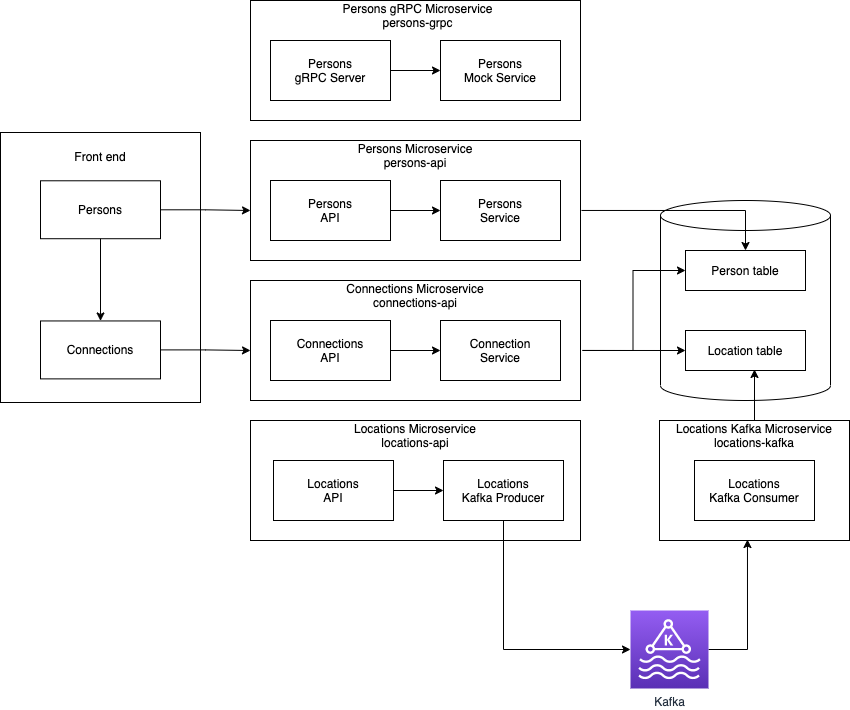
Before: docs/architecture_design.png, a diagram exported from draw.io (aldo-linux/udaconnect). Source tidied: cells renumbered, new cells last; positions are measured from the earlier drawing's top-left corner, leaving out a move shared by most shapes. Source of this version:
```xml
<mxGraphModel>
  <root>
    <mxCell id="0" />
    <mxCell id="1" parent="0" />
    <mxCell id="2" style="shape=cylinder3;whiteSpace=wrap;html=1;boundedLbl=1;backgroundOutline=1;size=15;" parent="1" vertex="1">
      <mxGeometry x="660" y="200" width="170" height="200" as="geometry" />
    </mxCell>
    <mxCell id="3" value="Person table" style="rounded=0;whiteSpace=wrap;html=1;" parent="1" vertex="1">
      <mxGeometry x="685" y="250" width="120" height="40" as="geometry" />
    </mxCell>
    <mxCell id="4" value="Location table" style="rounded=0;whiteSpace=wrap;html=1;" parent="1" vertex="1">
      <mxGeometry x="685" y="330" width="120" height="40" as="geometry" />
    </mxCell>
    <mxCell id="5" style="edgeStyle=orthogonalEdgeStyle;rounded=0;jettySize=auto;html=1;entryX=0;entryY=0.5;entryDx=0;entryDy=0;exitX=1.006;exitY=0.583;exitDx=0;exitDy=0;exitPerimeter=0;" parent="1" edge="1" source="29" target="3">
      <mxGeometry relative="1" as="geometry" />
    </mxCell>
    <mxCell id="6" style="edgeStyle=orthogonalEdgeStyle;rounded=0;jettySize=auto;html=1;entryX=0;entryY=0.5;entryDx=0;entryDy=0;exitX=1.006;exitY=0.583;exitDx=0;exitDy=0;exitPerimeter=0;" parent="1" edge="1" source="29" target="4">
      <mxGeometry relative="1" as="geometry" />
    </mxCell>
    <mxCell id="7" style="edgeStyle=orthogonalEdgeStyle;rounded=0;jettySize=auto;html=1;entryX=0.5;entryY=0;entryDx=0;entryDy=0;exitX=1.003;exitY=0.583;exitDx=0;exitDy=0;exitPerimeter=0;" parent="1" edge="1" source="9" target="3">
      <mxGeometry relative="1" as="geometry" />
    </mxCell>
    <mxCell id="8" style="group;" parent="1" vertex="1">
      <mxGeometry x="250" y="140" width="330" height="120" as="geometry" />
    </mxCell>
    <mxCell id="9" style="rounded=0;whiteSpace=wrap;html=1;" parent="8" vertex="1">
      <mxGeometry width="330" height="120" as="geometry" />
    </mxCell>
    <mxCell id="10" value="Persons&lt;br&gt;API" style="rounded=0;whiteSpace=wrap;html=1;" parent="8" vertex="1">
      <mxGeometry x="20" y="40" width="120" height="60" as="geometry" />
    </mxCell>
    <mxCell id="11" value="Persons&lt;br&gt;Service" style="rounded=0;whiteSpace=wrap;html=1;" parent="8" vertex="1">
      <mxGeometry x="190" y="40" width="120" height="60" as="geometry" />
    </mxCell>
    <mxCell id="12" style="edgeStyle=orthogonalEdgeStyle;rounded=0;jettySize=auto;html=1;" parent="8" edge="1" source="10" target="11">
      <mxGeometry relative="1" as="geometry" />
    </mxCell>
    <mxCell id="13" value="Persons Microservice&lt;br&gt;persons-api" style="text;html=1;strokeColor=none;fillColor=none;align=center;verticalAlign=middle;whiteSpace=wrap;rounded=0;" parent="8" vertex="1">
      <mxGeometry x="95" width="140" height="30" as="geometry" />
    </mxCell>
    <mxCell id="14" style="group;" parent="1" vertex="1">
      <mxGeometry y="132" width="200" height="280" as="geometry" />
    </mxCell>
    <mxCell id="15" style="rounded=0;whiteSpace=wrap;html=1;" parent="14" vertex="1">
      <mxGeometry width="200" height="270" as="geometry" />
    </mxCell>
    <mxCell id="16" value="Persons" style="rounded=0;whiteSpace=wrap;html=1;" parent="14" vertex="1">
      <mxGeometry x="40" y="48.3" width="120" height="57.9" as="geometry" />
    </mxCell>
    <mxCell id="17" value="Connections" style="rounded=0;whiteSpace=wrap;html=1;" parent="14" vertex="1">
      <mxGeometry x="40" y="188.4" width="120" height="57.9" as="geometry" />
    </mxCell>
    <mxCell id="18" style="edgeStyle=orthogonalEdgeStyle;rounded=0;jettySize=auto;html=1;" parent="14" edge="1" source="16" target="17">
      <mxGeometry relative="1" as="geometry" />
    </mxCell>
    <mxCell id="19" value="Front end" style="text;html=1;strokeColor=none;fillColor=none;align=center;verticalAlign=middle;whiteSpace=wrap;rounded=0;" parent="14" vertex="1">
      <mxGeometry x="70" y="9.7" width="60" height="29" as="geometry" />
    </mxCell>
    <mxCell id="20" style="edgeStyle=orthogonalEdgeStyle;rounded=0;jettySize=auto;html=1;" parent="1" edge="1" source="16">
      <mxGeometry relative="1" as="geometry">
        <mxPoint x="250" y="210" as="targetPoint" />
      </mxGeometry>
    </mxCell>
    <mxCell id="21" style="edgeStyle=orthogonalEdgeStyle;rounded=0;jettySize=auto;html=1;" parent="1" edge="1" source="17">
      <mxGeometry relative="1" as="geometry">
        <mxPoint x="250" y="350" as="targetPoint" />
      </mxGeometry>
    </mxCell>
    <mxCell id="22" style="group;" parent="1" vertex="1">
      <mxGeometry x="250" y="420" width="330" height="120" as="geometry" />
    </mxCell>
    <mxCell id="23" style="rounded=0;whiteSpace=wrap;html=1;" parent="22" vertex="1">
      <mxGeometry width="330" height="120" as="geometry" />
    </mxCell>
    <mxCell id="24" value="Locations Microservice&lt;br&gt;locations-api" style="text;html=1;strokeColor=none;fillColor=none;align=center;verticalAlign=middle;whiteSpace=wrap;rounded=0;" parent="22" vertex="1">
      <mxGeometry x="90" width="150" height="30" as="geometry" />
    </mxCell>
    <mxCell id="25" value="Locations&lt;br&gt;API" style="rounded=0;whiteSpace=wrap;html=1;" parent="22" vertex="1">
      <mxGeometry x="23" y="40" width="120" height="60" as="geometry" />
    </mxCell>
    <mxCell id="26" value="Locations&lt;br&gt;Kafka Producer" style="rounded=0;whiteSpace=wrap;html=1;" parent="22" vertex="1">
      <mxGeometry x="193" y="40" width="120" height="60" as="geometry" />
    </mxCell>
    <mxCell id="27" style="edgeStyle=orthogonalEdgeStyle;rounded=0;jettySize=auto;html=1;" parent="22" edge="1" source="25" target="26">
      <mxGeometry relative="1" as="geometry" />
    </mxCell>
    <mxCell id="28" style="group;" parent="1" vertex="1">
      <mxGeometry x="250" y="280" width="330" height="120" as="geometry" />
    </mxCell>
    <mxCell id="29" style="rounded=0;whiteSpace=wrap;html=1;" parent="28" vertex="1">
      <mxGeometry width="330" height="120" as="geometry" />
    </mxCell>
    <mxCell id="30" value="Connections&lt;br&gt;API" style="rounded=0;whiteSpace=wrap;html=1;" parent="28" vertex="1">
      <mxGeometry x="20" y="40" width="120" height="60" as="geometry" />
    </mxCell>
    <mxCell id="31" value="Connection&lt;br&gt;Service" style="rounded=0;whiteSpace=wrap;html=1;" parent="28" vertex="1">
      <mxGeometry x="190" y="40" width="120" height="60" as="geometry" />
    </mxCell>
    <mxCell id="32" style="edgeStyle=orthogonalEdgeStyle;rounded=0;jettySize=auto;html=1;" parent="28" edge="1" source="30" target="31">
      <mxGeometry relative="1" as="geometry" />
    </mxCell>
    <mxCell id="33" value="Connections Microservice&lt;br&gt;connections-api" style="text;html=1;strokeColor=none;fillColor=none;align=center;verticalAlign=middle;whiteSpace=wrap;rounded=0;" parent="28" vertex="1">
      <mxGeometry x="90" width="150" height="30" as="geometry" />
    </mxCell>
    <mxCell id="34" style="edgeStyle=orthogonalEdgeStyle;rounded=0;jettySize=auto;html=1;entryX=0.463;entryY=0.992;entryDx=0;entryDy=0;exitX=1;exitY=0.5;exitDx=0;exitDy=0;exitPerimeter=0;entryPerimeter=0;" parent="1" edge="1" source="35" target="38">
      <mxGeometry relative="1" as="geometry" />
    </mxCell>
    <mxCell id="35" value="Kafka" style="sketch=0;points=[[0,0,0],[0.25,0,0],[0.5,0,0],[0.75,0,0],[1,0,0],[0,1,0],[0.25,1,0],[0.5,1,0],[0.75,1,0],[1,1,0],[0,0.25,0],[0,0.5,0],[0,0.75,0],[1,0.25,0],[1,0.5,0],[1,0.75,0]];outlineConnect=0;fontColor=#232F3E;gradientColor=#945DF2;gradientDirection=north;fillColor=#5A30B5;strokeColor=#ffffff;dashed=0;verticalLabelPosition=bottom;verticalAlign=top;align=center;html=1;fontSize=12;fontStyle=0;shape=mxgraph.aws4.resourceIcon;resIcon=mxgraph.aws4.managed_streaming_for_kafka;" parent="1" vertex="1">
      <mxGeometry x="630" y="610" width="78" height="78" as="geometry" />
    </mxCell>
    <mxCell id="36" style="edgeStyle=orthogonalEdgeStyle;rounded=0;jettySize=auto;html=1;entryX=0;entryY=0.5;entryDx=0;entryDy=0;entryPerimeter=0;exitX=0.5;exitY=1;exitDx=0;exitDy=0;" parent="1" edge="1" source="26" target="35">
      <mxGeometry relative="1" as="geometry" />
    </mxCell>
    <mxCell id="37" style="group;" parent="1" vertex="1">
      <mxGeometry x="659" y="420" width="190" height="120" as="geometry" />
    </mxCell>
    <mxCell id="38" style="rounded=0;whiteSpace=wrap;html=1;" parent="37" vertex="1">
      <mxGeometry width="190" height="120" as="geometry" />
    </mxCell>
    <mxCell id="39" value="Locations Kafka Microservice&lt;br&gt;locations-kafka" style="text;html=1;strokeColor=none;fillColor=none;align=center;verticalAlign=middle;whiteSpace=wrap;rounded=0;" parent="37" vertex="1">
      <mxGeometry x="5" width="180" height="30" as="geometry" />
    </mxCell>
    <mxCell id="40" value="Locations&lt;br&gt;Kafka Consumer" style="rounded=0;whiteSpace=wrap;html=1;" parent="37" vertex="1">
      <mxGeometry x="35" y="40" width="120" height="60" as="geometry" />
    </mxCell>
    <mxCell id="41" style="edgeStyle=orthogonalEdgeStyle;rounded=0;jettySize=auto;html=1;entryX=0.575;entryY=0.975;entryDx=0;entryDy=0;entryPerimeter=0;" parent="1" edge="1" source="39" target="4">
      <mxGeometry relative="1" as="geometry" />
    </mxCell>
    <mxCell id="42" style="group;" parent="1" vertex="1">
      <mxGeometry x="250" width="330" height="120" as="geometry" />
    </mxCell>
    <mxCell id="43" style="rounded=0;whiteSpace=wrap;html=1;" parent="42" vertex="1">
      <mxGeometry width="330" height="120" as="geometry" />
    </mxCell>
    <mxCell id="44" value="Persons&lt;br&gt;gRPC Server" style="rounded=0;whiteSpace=wrap;html=1;" parent="42" vertex="1">
      <mxGeometry x="20" y="40" width="120" height="60" as="geometry" />
    </mxCell>
    <mxCell id="45" value="Persons&lt;br&gt;Mock Service" style="rounded=0;whiteSpace=wrap;html=1;" parent="42" vertex="1">
      <mxGeometry x="190" y="40" width="120" height="60" as="geometry" />
    </mxCell>
    <mxCell id="46" style="edgeStyle=orthogonalEdgeStyle;rounded=0;jettySize=auto;html=1;" parent="42" edge="1" source="44" target="45">
      <mxGeometry relative="1" as="geometry" />
    </mxCell>
    <mxCell id="47" value="Persons gRPC Microservice&lt;br&gt;persons-grpc" style="text;html=1;strokeColor=none;fillColor=none;align=center;verticalAlign=middle;whiteSpace=wrap;rounded=0;" parent="42" vertex="1">
      <mxGeometry x="85" width="165" height="30" as="geometry" />
    </mxCell>
  </root>
</mxGraphModel>
```
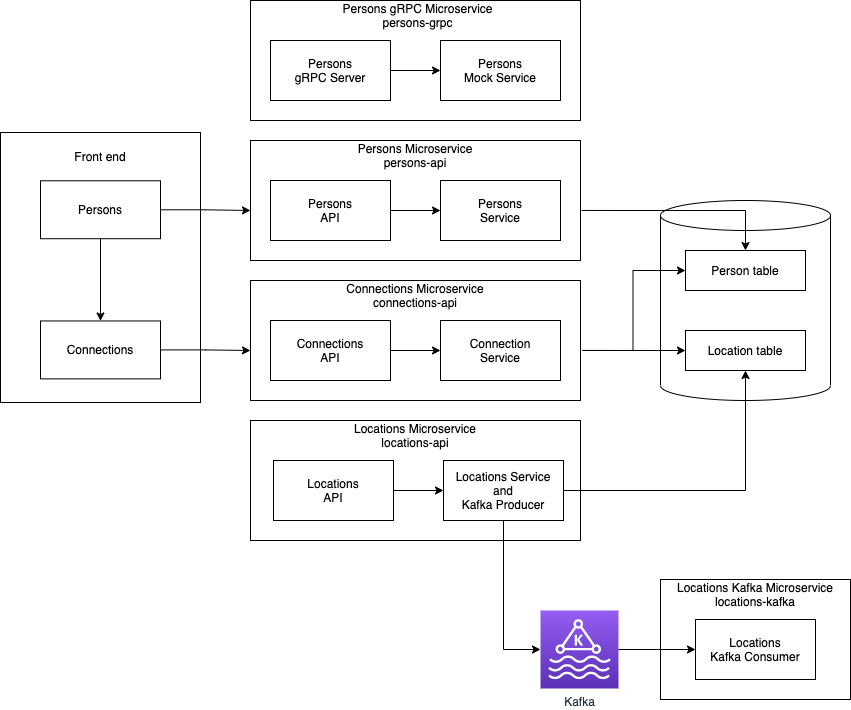
Above is the later version.

What changed in the source:
```diff
@@ -78,7 +78,7 @@
     <mxCell id="25" value="Locations&lt;br&gt;API" style="rounded=0;whiteSpace=wrap;html=1;" parent="22" vertex="1">
       <mxGeometry x="23" y="40" width="120" height="60" as="geometry" />
     </mxCell>
-    <mxCell id="26" value="Locations&lt;br&gt;Kafka Producer" style="rounded=0;whiteSpace=wrap;html=1;" parent="22" vertex="1">
+    <mxCell id="26" value="Locations Service and&lt;br&gt;Kafka Producer" style="rounded=0;whiteSpace=wrap;html=1;" parent="22" vertex="1">
       <mxGeometry x="193" y="40" width="120" height="60" as="geometry" />
     </mxCell>
     <mxCell id="27" style="edgeStyle=orthogonalEdgeStyle;rounded=0;jettySize=auto;html=1;" parent="22" edge="1" source="25" target="26">
@@ -102,17 +102,14 @@
     <mxCell id="33" value="Connections Microservice&lt;br&gt;connections-api" style="text;html=1;strokeColor=none;fillColor=none;align=center;verticalAlign=middle;whiteSpace=wrap;rounded=0;" parent="28" vertex="1">
       <mxGeometry x="90" width="150" height="30" as="geometry" />
     </mxCell>
-    <mxCell id="34" style="edgeStyle=orthogonalEdgeStyle;rounded=0;jettySize=auto;html=1;entryX=0.463;entryY=0.992;entryDx=0;entryDy=0;exitX=1;exitY=0.5;exitDx=0;exitDy=0;exitPerimeter=0;entryPerimeter=0;" parent="1" edge="1" source="35" target="38">
-      <mxGeometry relative="1" as="geometry" />
-    </mxCell>
     <mxCell id="35" value="Kafka" style="sketch=0;points=[[0,0,0],[0.25,0,0],[0.5,0,0],[0.75,0,0],[1,0,0],[0,1,0],[0.25,1,0],[0.5,1,0],[0.75,1,0],[1,1,0],[0,0.25,0],[0,0.5,0],[0,0.75,0],[1,0.25,0],[1,0.5,0],[1,0.75,0]];outlineConnect=0;fontColor=#232F3E;gradientColor=#945DF2;gradientDirection=north;fillColor=#5A30B5;strokeColor=#ffffff;dashed=0;verticalLabelPosition=bottom;verticalAlign=top;align=center;html=1;fontSize=12;fontStyle=0;shape=mxgraph.aws4.resourceIcon;resIcon=mxgraph.aws4.managed_streaming_for_kafka;" parent="1" vertex="1">
-      <mxGeometry x="630" y="610" width="78" height="78" as="geometry" />
+      <mxGeometry x="540" y="610" width="78" height="78" as="geometry" />
     </mxCell>
     <mxCell id="36" style="edgeStyle=orthogonalEdgeStyle;rounded=0;jettySize=auto;html=1;entryX=0;entryY=0.5;entryDx=0;entryDy=0;entryPerimeter=0;exitX=0.5;exitY=1;exitDx=0;exitDy=0;" parent="1" edge="1" source="26" target="35">
       <mxGeometry relative="1" as="geometry" />
     </mxCell>
     <mxCell id="37" style="group;" parent="1" vertex="1">
-      <mxGeometry x="659" y="420" width="190" height="120" as="geometry" />
+      <mxGeometry x="660" y="579" width="190" height="120" as="geometry" />
     </mxCell>
     <mxCell id="38" style="rounded=0;whiteSpace=wrap;html=1;" parent="37" vertex="1">
       <mxGeometry width="190" height="120" as="geometry" />
@@ -123,9 +120,6 @@
     <mxCell id="40" value="Locations&lt;br&gt;Kafka Consumer" style="rounded=0;whiteSpace=wrap;html=1;" parent="37" vertex="1">
       <mxGeometry x="35" y="40" width="120" height="60" as="geometry" />
     </mxCell>
-    <mxCell id="41" style="edgeStyle=orthogonalEdgeStyle;rounded=0;jettySize=auto;html=1;entryX=0.575;entryY=0.975;entryDx=0;entryDy=0;entryPerimeter=0;" parent="1" edge="1" source="39" target="4">
-      <mxGeometry relative="1" as="geometry" />
-    </mxCell>
     <mxCell id="42" style="group;" parent="1" vertex="1">
       <mxGeometry x="250" width="330" height="120" as="geometry" />
     </mxCell>
@@ -144,5 +138,11 @@
     <mxCell id="47" value="Persons gRPC Microservice&lt;br&gt;persons-grpc" style="text;html=1;strokeColor=none;fillColor=none;align=center;verticalAlign=middle;whiteSpace=wrap;rounded=0;" parent="42" vertex="1">
       <mxGeometry x="85" width="165" height="30" as="geometry" />
     </mxCell>
+    <mxCell id="48" style="edgeStyle=orthogonalEdgeStyle;rounded=0;jettySize=auto;html=1;" parent="1" edge="1" source="26" target="4">
+      <mxGeometry relative="1" as="geometry" />
+    </mxCell>
+    <mxCell id="34" style="edgeStyle=orthogonalEdgeStyle;rounded=0;jettySize=auto;html=1;exitX=1;exitY=0.5;exitDx=0;exitDy=0;exitPerimeter=0;entryX=0;entryY=0.5;entryDx=0;entryDy=0;" parent="1" edge="1" source="35" target="40">
+      <mxGeometry relative="1" as="geometry" />
+    </mxCell>
   </root>
 </mxGraphModel>
```
